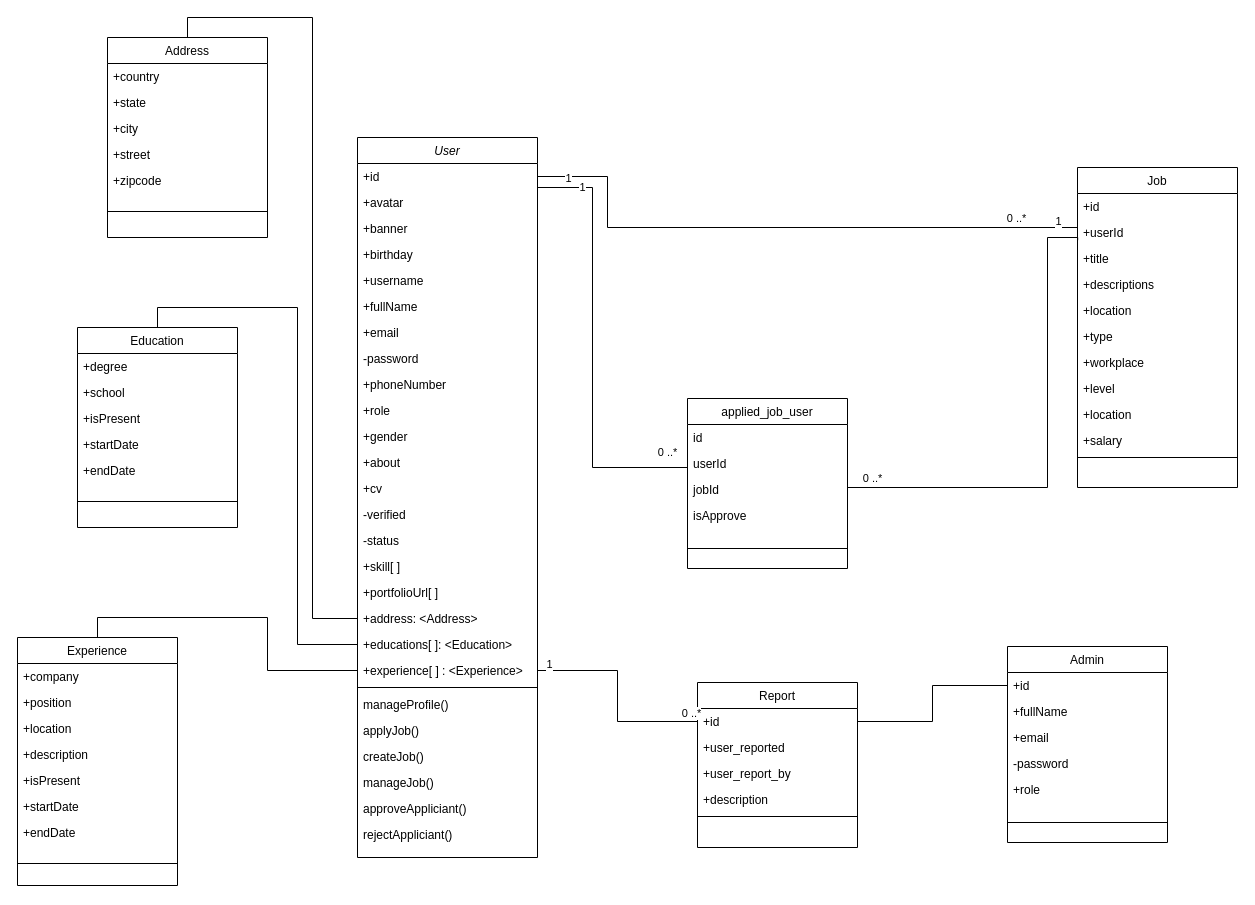
Earlier version of the draw.io diagram classDiagram.drawio (osenbal/ar.gent-uml). Source tidied: cells renumbered, new cells numbered last; positions are measured from the earlier drawing's top-left corner, leaving out a move shared by most shapes. Both pictures are drawn from the tidied source at 100%, with x=0, y=0 at pixel (17, 37).
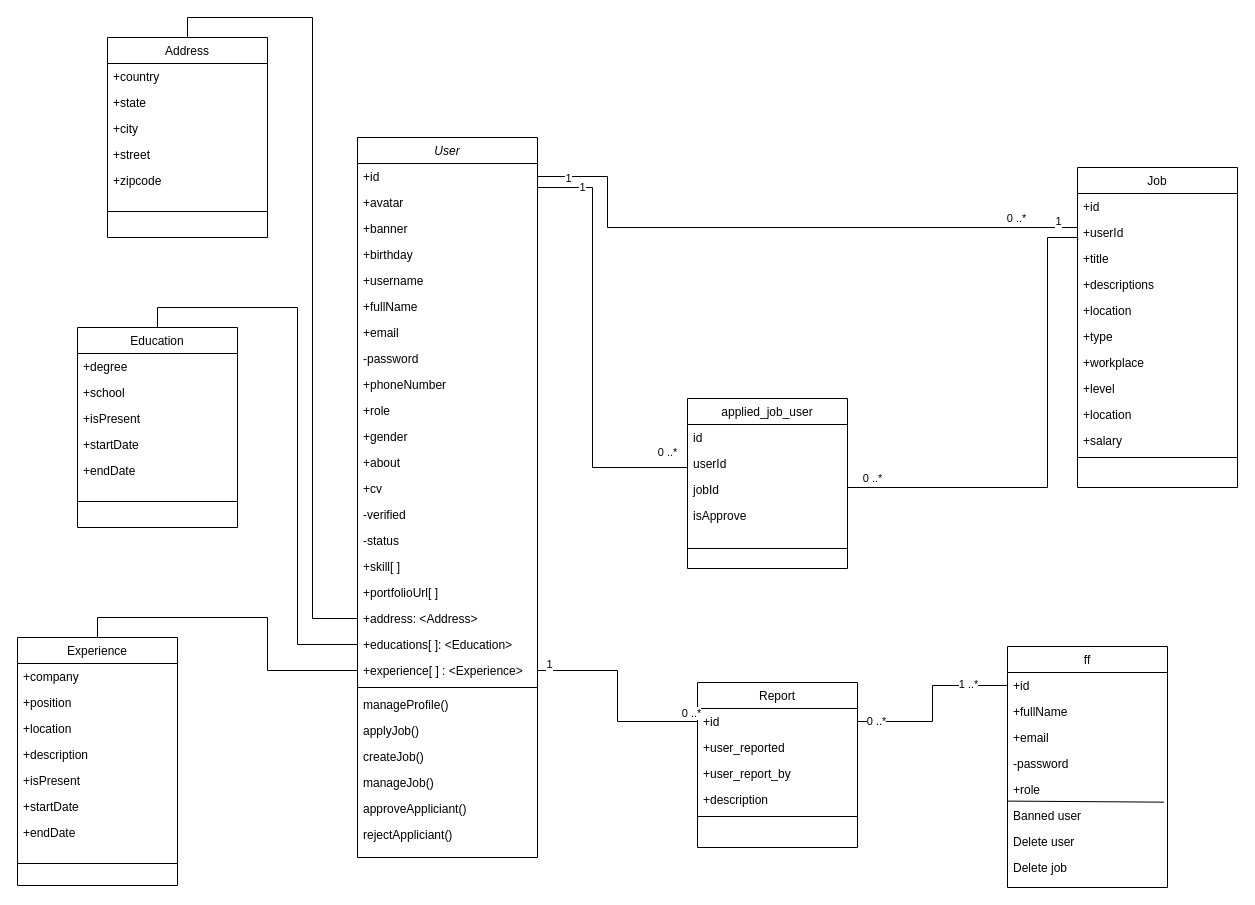
The same diagram, later.

Unchanged cells that the change refers to:
```xml
<mxCell id="89" style="edgeStyle=orthogonalEdgeStyle;rounded=0;jettySize=auto;html=1;exitX=0;exitY=0.5;exitDx=0;exitDy=0;endArrow=none;endFill=0;" parent="1" edge="1" source="94" target="72">
  <mxGeometry relative="1" as="geometry" />
</mxCell>
```

Change to the diagram source:
```diff
@@
+    <mxCell id="100" value="1 ..*" style="edgeLabel;html=1;align=center;verticalAlign=middle;" parent="89" vertex="1">
+      <mxGeometry x="-0.29" y="1" relative="1" as="geometry">
+        <mxPoint x="26" y="-3" as="offset" />
+      </mxGeometry>
+    </mxCell>
+    <mxCell id="101" value="0 ..*" style="edgeLabel;html=1;align=center;verticalAlign=middle;" parent="89" vertex="1">
+      <mxGeometry x="0.81" y="-1" relative="1" as="geometry" />
+    </mxCell>
@@
-    <mxCell id="93" value="Admin" style="swimlane;fontStyle=0;align=center;verticalAlign=top;horizontal=1;startSize=26;rounded=0;shadow=0;strokeWidth=1;" parent="1" vertex="1">
-      <mxGeometry x="990" y="609" width="160" height="196" as="geometry" />
+    <mxCell id="93" value="ff" style="swimlane;fontStyle=0;align=center;verticalAlign=top;horizontal=1;startSize=26;rounded=0;shadow=0;strokeWidth=1;" parent="1" vertex="1">
+      <mxGeometry x="990" y="609" width="160" height="241" as="geometry" />
     </mxCell>
@@
-    <mxCell id="99" style="line;html=1;strokeWidth=1;align=left;verticalAlign=middle;spacingTop=-1;spacingLeft=3;spacingRight=3;labelPosition=right;" parent="93" vertex="1">
-      <mxGeometry y="156" width="160" height="40" as="geometry" />
-    </mxCell>
+    <mxCell id="102" value="Banned user" style="text;align=left;verticalAlign=top;spacingLeft=4;spacingRight=4;overflow=hidden;points=[[0,0.5],[1,0.5]];portConstraint=eastwest;" parent="93" vertex="1">
+      <mxGeometry y="156" width="160" height="26" as="geometry" />
+    </mxCell>
+    <mxCell id="103" value="Delete user" style="text;align=left;verticalAlign=top;spacingLeft=4;spacingRight=4;overflow=hidden;" parent="93" vertex="1">
+      <mxGeometry y="182" width="160" height="26" as="geometry" />
+    </mxCell>
+    <mxCell id="104" value="Delete job" style="text;align=left;verticalAlign=top;spacingLeft=4;spacingRight=4;overflow=hidden;" parent="93" vertex="1">
+      <mxGeometry y="208" width="160" height="26" as="geometry" />
+    </mxCell>
+    <mxCell id="105" style="endArrow=none;html=1;rounded=0;exitX=0.002;exitY=-0.054;exitDx=0;exitDy=0;exitPerimeter=0;entryX=0.978;entryY=-0.013;entryDx=0;entryDy=0;entryPerimeter=0;" parent="93" edge="1" source="102" target="102">
+      <mxGeometry relative="1" as="geometry" />
+    </mxCell>
```
